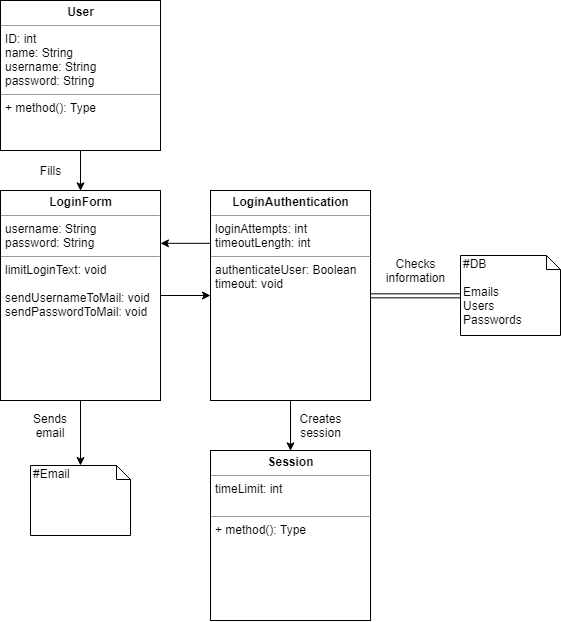
SBangslund/SE02_Projekt keeps this draw.io diagram as docs/diagrams/AnalyseDiagrammer/Login/LoginAnalyseKlasseDiagram.png. Above is the earlier version. Source tidied: cells renumbered, new cells last; positions are measured from the earlier drawing's top-left corner, leaving out a move shared by most shapes.
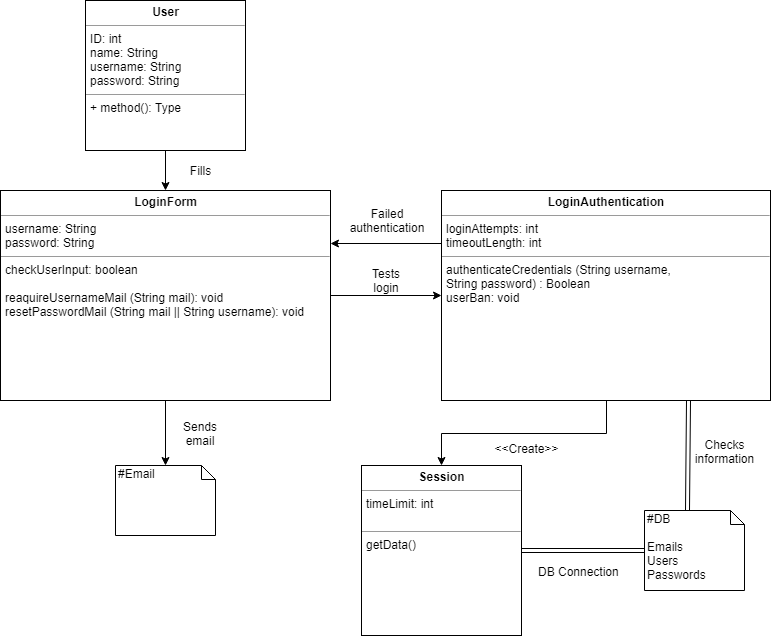
Later version of the same file.

Commit message:
Corrections in analasisdiagram based on sequencediagram (Login)

Diff of the diagram source:
```diff
@@ -3,7 +3,7 @@
     <mxCell id="0" />
     <mxCell id="1" parent="0" />
     <mxCell id="2" value="&lt;p style=&quot;margin: 0px ; margin-top: 4px ; text-align: center&quot;&gt;&lt;b&gt;User&lt;/b&gt;&lt;/p&gt;&lt;hr size=&quot;1&quot;&gt;&lt;p style=&quot;margin: 0px ; margin-left: 4px&quot;&gt;&lt;span&gt;ID: int&lt;/span&gt;&lt;br&gt;&lt;/p&gt;&lt;p style=&quot;margin: 0px ; margin-left: 4px&quot;&gt;name: String&lt;/p&gt;&lt;p style=&quot;margin: 0px ; margin-left: 4px&quot;&gt;username: String&lt;/p&gt;&lt;p style=&quot;margin: 0px ; margin-left: 4px&quot;&gt;password: String&lt;/p&gt;&lt;hr size=&quot;1&quot;&gt;&lt;p style=&quot;margin: 0px ; margin-left: 4px&quot;&gt;+ method(): Type&lt;/p&gt;" style="verticalAlign=top;align=left;overflow=fill;fontSize=12;fontFamily=Helvetica;html=1;" parent="1" vertex="1">
-      <mxGeometry width="160" height="150" as="geometry" />
+      <mxGeometry x="85" width="160" height="150" as="geometry" />
     </mxCell>
     <mxCell id="3" style="edgeStyle=orthogonalEdgeStyle;rounded=0;jettySize=auto;html=1;exitX=0;exitY=0.25;exitDx=0;exitDy=0;entryX=1;entryY=0.25;entryDx=0;entryDy=0;" parent="1" edge="1" source="5" target="10">
       <mxGeometry relative="1" as="geometry" />
@@ -11,14 +11,14 @@
     <mxCell id="4" style="edgeStyle=orthogonalEdgeStyle;rounded=0;jettySize=auto;html=1;entryX=0.5;entryY=0;entryDx=0;entryDy=0;" parent="1" edge="1" source="5" target="7">
       <mxGeometry relative="1" as="geometry" />
     </mxCell>
-    <mxCell id="5" value="&lt;p style=&quot;margin: 0px ; margin-top: 4px ; text-align: center&quot;&gt;&lt;b&gt;LoginAuthentication&lt;/b&gt;&lt;/p&gt;&lt;hr size=&quot;1&quot;&gt;&lt;p style=&quot;margin: 0px ; margin-left: 4px&quot;&gt;loginAttempts: int&lt;/p&gt;&lt;p style=&quot;margin: 0px ; margin-left: 4px&quot;&gt;timeoutLength: int&lt;/p&gt;&lt;hr size=&quot;1&quot;&gt;&lt;p style=&quot;margin: 0px ; margin-left: 4px&quot;&gt;authenticateUser: Boolean&lt;br&gt;&lt;/p&gt;&lt;p style=&quot;margin: 0px ; margin-left: 4px&quot;&gt;timeout: void&lt;/p&gt;" style="verticalAlign=top;align=left;overflow=fill;fontSize=12;fontFamily=Helvetica;html=1;" parent="1" vertex="1">
-      <mxGeometry x="210" y="190" width="160" height="210" as="geometry" />
+    <mxCell id="5" value="&lt;p style=&quot;margin: 0px ; margin-top: 4px ; text-align: center&quot;&gt;&lt;b&gt;LoginAuthentication&lt;/b&gt;&lt;/p&gt;&lt;hr size=&quot;1&quot;&gt;&lt;p style=&quot;margin: 0px ; margin-left: 4px&quot;&gt;loginAttempts: int&lt;/p&gt;&lt;p style=&quot;margin: 0px ; margin-left: 4px&quot;&gt;timeoutLength: int&lt;/p&gt;&lt;hr size=&quot;1&quot;&gt;&lt;p style=&quot;margin: 0px ; margin-left: 4px&quot;&gt;authenticateCredentials (&lt;span&gt;String username,&lt;/span&gt;&lt;/p&gt;&lt;p style=&quot;margin: 0px ; margin-left: 4px&quot;&gt;&lt;span&gt;String password) : Boolean&lt;/span&gt;&lt;/p&gt;&lt;p style=&quot;margin: 0px ; margin-left: 4px&quot;&gt;userBan: void&lt;/p&gt;" style="verticalAlign=top;align=left;overflow=fill;fontSize=12;fontFamily=Helvetica;html=1;" parent="1" vertex="1">
+      <mxGeometry x="441" y="190" width="329" height="210" as="geometry" />
     </mxCell>
     <mxCell id="6" value="#DB&lt;br&gt;&lt;br&gt;Emails&lt;br&gt;Users&lt;br&gt;Passwords&lt;br&gt;" style="shape=note;whiteSpace=wrap;html=1;size=14;verticalAlign=top;align=left;spacingTop=-6;" parent="1" vertex="1">
-      <mxGeometry x="460" y="255" width="100" height="80" as="geometry" />
+      <mxGeometry x="644" y="510" width="100" height="80" as="geometry" />
     </mxCell>
-    <mxCell id="7" value="&lt;p style=&quot;margin: 0px ; margin-top: 4px ; text-align: center&quot;&gt;&lt;b&gt;Session&lt;/b&gt;&lt;/p&gt;&lt;hr size=&quot;1&quot;&gt;&lt;p style=&quot;margin: 0px ; margin-left: 4px&quot;&gt;timeLimit: int&lt;/p&gt;&lt;p style=&quot;margin: 0px ; margin-left: 4px&quot;&gt;&lt;br&gt;&lt;/p&gt;&lt;hr size=&quot;1&quot;&gt;&lt;p style=&quot;margin: 0px ; margin-left: 4px&quot;&gt;+ method(): Type&lt;/p&gt;" style="verticalAlign=top;align=left;overflow=fill;fontSize=12;fontFamily=Helvetica;html=1;" parent="1" vertex="1">
-      <mxGeometry x="210" y="450" width="160" height="170" as="geometry" />
+    <mxCell id="7" value="&lt;p style=&quot;margin: 0px ; margin-top: 4px ; text-align: center&quot;&gt;&lt;b&gt;Session&lt;/b&gt;&lt;/p&gt;&lt;hr size=&quot;1&quot;&gt;&lt;p style=&quot;margin: 0px ; margin-left: 4px&quot;&gt;timeLimit: int&lt;/p&gt;&lt;p style=&quot;margin: 0px ; margin-left: 4px&quot;&gt;&lt;br&gt;&lt;/p&gt;&lt;hr size=&quot;1&quot;&gt;&lt;p style=&quot;margin: 0px ; margin-left: 4px&quot;&gt;getData()&lt;/p&gt;" style="verticalAlign=top;align=left;overflow=fill;fontSize=12;fontFamily=Helvetica;html=1;" parent="1" vertex="1">
+      <mxGeometry x="361" y="465" width="160" height="170" as="geometry" />
     </mxCell>
     <mxCell id="8" style="edgeStyle=orthogonalEdgeStyle;rounded=0;jettySize=auto;html=1;" parent="1" edge="1" source="10" target="5">
       <mxGeometry relative="1" as="geometry" />
@@ -26,29 +26,41 @@
     <mxCell id="9" style="edgeStyle=orthogonalEdgeStyle;rounded=0;jettySize=auto;html=1;exitX=0.5;exitY=1;exitDx=0;exitDy=0;" parent="1" edge="1" source="10" target="16">
       <mxGeometry relative="1" as="geometry" />
     </mxCell>
-    <mxCell id="10" value="&lt;p style=&quot;margin: 0px ; margin-top: 4px ; text-align: center&quot;&gt;&lt;b&gt;LoginForm&lt;/b&gt;&lt;/p&gt;&lt;hr size=&quot;1&quot;&gt;&lt;p style=&quot;margin: 0px ; margin-left: 4px&quot;&gt;username: String&lt;/p&gt;&lt;p style=&quot;margin: 0px ; margin-left: 4px&quot;&gt;password: String&lt;/p&gt;&lt;hr size=&quot;1&quot;&gt;&lt;p style=&quot;margin: 0px ; margin-left: 4px&quot;&gt;limitLoginText: void&lt;/p&gt;&lt;p style=&quot;margin: 0px ; margin-left: 4px&quot;&gt;&lt;br&gt;&lt;/p&gt;&lt;p style=&quot;margin: 0px ; margin-left: 4px&quot;&gt;sendUsernameToMail: void&lt;/p&gt;&lt;p style=&quot;margin: 0px ; margin-left: 4px&quot;&gt;sendPasswordToMail: void&lt;/p&gt;" style="verticalAlign=top;align=left;overflow=fill;fontSize=12;fontFamily=Helvetica;html=1;" parent="1" vertex="1">
-      <mxGeometry y="190" width="160" height="210" as="geometry" />
+    <mxCell id="10" value="&lt;p style=&quot;margin: 0px ; margin-top: 4px ; text-align: center&quot;&gt;&lt;b&gt;LoginForm&lt;/b&gt;&lt;/p&gt;&lt;hr size=&quot;1&quot;&gt;&lt;p style=&quot;margin: 0px ; margin-left: 4px&quot;&gt;username: String&lt;/p&gt;&lt;p style=&quot;margin: 0px ; margin-left: 4px&quot;&gt;password: String&lt;/p&gt;&lt;hr size=&quot;1&quot;&gt;&lt;p style=&quot;margin: 0px ; margin-left: 4px&quot;&gt;checkUserInput: boolean&lt;/p&gt;&lt;p style=&quot;margin: 0px ; margin-left: 4px&quot;&gt;&lt;br&gt;&lt;/p&gt;&lt;p style=&quot;margin: 0px ; margin-left: 4px&quot;&gt;reaquireUsernameMail (String mail): void&lt;/p&gt;&lt;p style=&quot;margin: 0px ; margin-left: 4px&quot;&gt;resetPasswordMail (String mail || String username): void&lt;/p&gt;" style="verticalAlign=top;align=left;overflow=fill;fontSize=12;fontFamily=Helvetica;html=1;" parent="1" vertex="1">
+      <mxGeometry y="190" width="330" height="210" as="geometry" />
     </mxCell>
     <mxCell id="11" style="endArrow=classic;html=1;exitX=0.5;exitY=1;exitDx=0;exitDy=0;entryX=0.5;entryY=0;entryDx=0;entryDy=0;" parent="1" edge="1" source="2" target="10">
       <mxGeometry relative="1" as="geometry" />
     </mxCell>
-    <mxCell id="12" style="shape=link;html=1;entryX=0;entryY=0.5;entryDx=0;entryDy=0;entryPerimeter=0;exitX=1;exitY=0.5;exitDx=0;exitDy=0;" parent="1" edge="1" source="5" target="6">
+    <mxCell id="12" style="shape=link;html=1;entryX=0;entryY=0;entryDx=43;entryDy=0;entryPerimeter=0;exitX=0.75;exitY=1;exitDx=0;exitDy=0;" parent="1" edge="1" source="5" target="6">
       <mxGeometry relative="1" as="geometry" />
     </mxCell>
     <mxCell id="13" value="Checks information" style="text;html=1;strokeColor=none;fillColor=none;align=center;verticalAlign=middle;whiteSpace=wrap;rounded=0;" parent="1" vertex="1">
-      <mxGeometry x="395" y="260" width="40" height="20" as="geometry" />
+      <mxGeometry x="704" y="441" width="40" height="20" as="geometry" />
     </mxCell>
     <mxCell id="14" value="Fills" style="text;html=1;strokeColor=none;fillColor=none;align=center;verticalAlign=middle;whiteSpace=wrap;rounded=0;" parent="1" vertex="1">
-      <mxGeometry x="30" y="160" width="40" height="20" as="geometry" />
+      <mxGeometry x="180" y="160" width="40" height="20" as="geometry" />
     </mxCell>
-    <mxCell id="15" value="Creates session" style="text;html=1;strokeColor=none;fillColor=none;align=center;verticalAlign=middle;whiteSpace=wrap;rounded=0;" parent="1" vertex="1">
-      <mxGeometry x="300" y="415" width="40" height="20" as="geometry" />
+    <mxCell id="15" value="&amp;lt;&amp;lt;Create&amp;gt;&amp;gt;" style="text;html=1;strokeColor=none;fillColor=none;align=center;verticalAlign=middle;whiteSpace=wrap;rounded=0;" parent="1" vertex="1">
+      <mxGeometry x="506" y="437.5" width="40" height="20" as="geometry" />
     </mxCell>
     <mxCell id="16" value="#Email&lt;br&gt;&lt;br&gt;" style="shape=note;whiteSpace=wrap;html=1;size=14;verticalAlign=top;align=left;spacingTop=-6;" parent="1" vertex="1">
-      <mxGeometry x="30" y="465" width="100" height="70" as="geometry" />
+      <mxGeometry x="115" y="465" width="100" height="70" as="geometry" />
     </mxCell>
     <mxCell id="17" value="Sends email" style="text;html=1;strokeColor=none;fillColor=none;align=center;verticalAlign=middle;whiteSpace=wrap;rounded=0;" parent="1" vertex="1">
-      <mxGeometry x="30" y="415" width="40" height="20" as="geometry" />
+      <mxGeometry x="180" y="422.5" width="40" height="20" as="geometry" />
     </mxCell>
+    <mxCell id="18" value="Failed authentication" style="text;html=1;strokeColor=none;fillColor=none;align=center;verticalAlign=middle;whiteSpace=wrap;rounded=0;" parent="1" vertex="1">
+      <mxGeometry x="367" y="210" width="40" height="20" as="geometry" />
+    </mxCell>
+    <mxCell id="19" value="Tests login" style="text;html=1;strokeColor=none;fillColor=none;align=center;verticalAlign=middle;whiteSpace=wrap;rounded=0;" parent="1" vertex="1">
+      <mxGeometry x="365.5" y="270" width="40" height="20" as="geometry" />
+    </mxCell>
+    <mxCell id="20" style="shape=link;html=1;exitX=1;exitY=0.5;exitDx=0;exitDy=0;entryX=0;entryY=0.5;entryDx=0;entryDy=0;entryPerimeter=0;" parent="1" edge="1" source="7" target="6">
+      <mxGeometry relative="1" as="geometry" />
+    </mxCell>
+    <mxCell id="21" value="DB Connection&lt;br&gt;" style="text;html=1;align=left;verticalAlign=top;spacingTop=-4;" parent="1" vertex="1">
+      <mxGeometry x="535.5" y="562" width="100" height="20" as="geometry" />
+    </mxCell>
   </root>
 </mxGraphModel>
```
